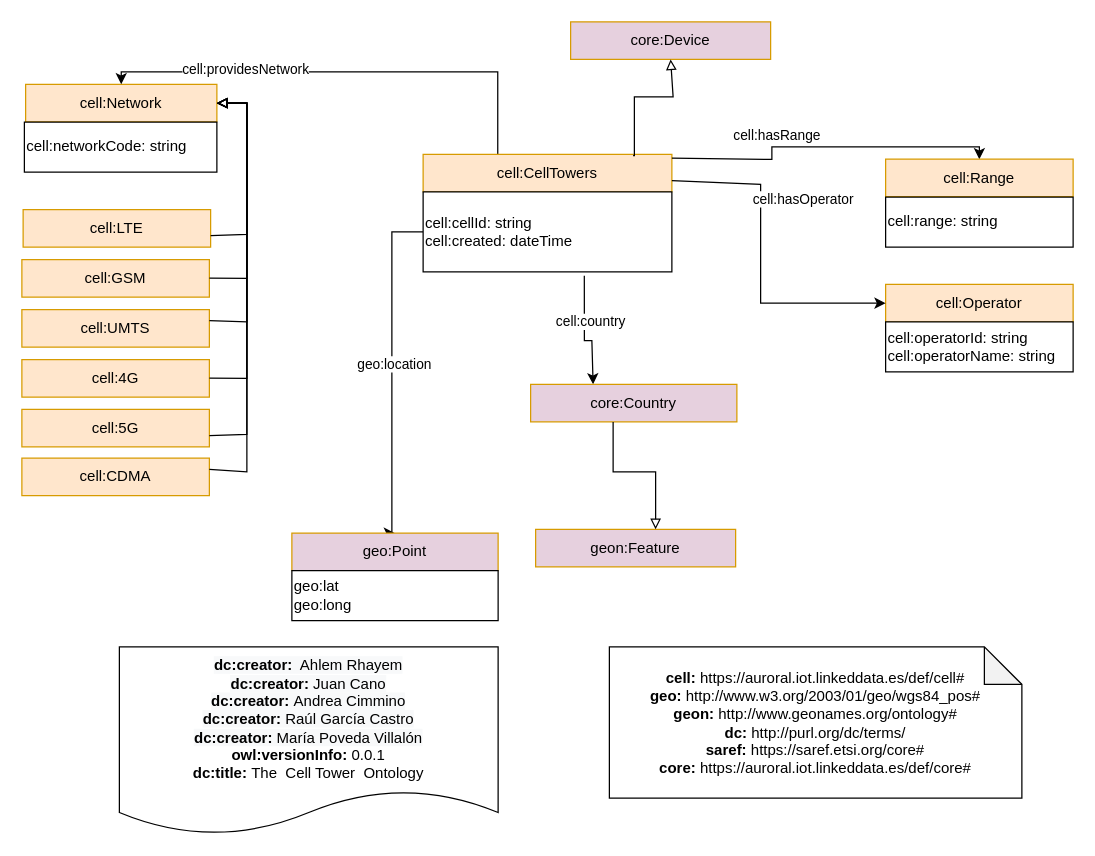
Before: Diagram/cell-Towers.drawio in oeg-upm/auroral-cellTower, a draw.io diagram. Source tidied: cells renumbered, new cells numbered last; positions are measured from the earlier drawing's top-left corner, leaving out a move shared by most shapes. Both pictures are drawn from the tidied source at 125%, with x=0, y=0 at pixel (21, 21).
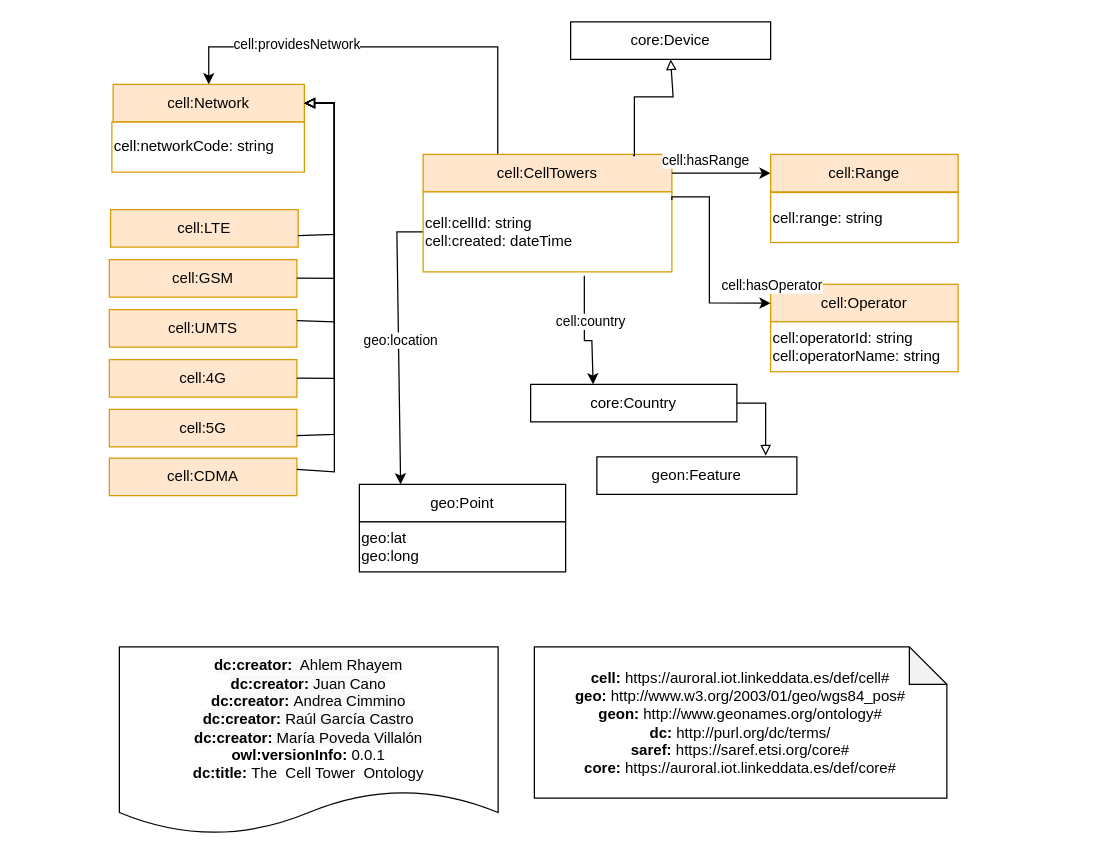
The same diagram, later.

The change refers to these unchanged cells:
```xml
<mxCell id="6" value="cell:CellTowers" style="rounded=0;whiteSpace=wrap;html=1;snapToPoint=1;points=[[0.1,0],[0.2,0],[0.3,0],[0.4,0],[0.5,0],[0.6,0],[0.7,0],[0.8,0],[0.9,0],[0,0.1],[0,0.3],[0,0.5],[0,0.7],[0,0.9],[0.1,1],[0.2,1],[0.3,1],[0.4,1],[0.5,1],[0.6,1],[0.7,1],[0.8,1],[0.9,1],[1,0.1],[1,0.3],[1,0.5],[1,0.7],[1,0.9]];fillColor=#ffe6cc;strokeColor=#d79b00;shadow=0;" parent="1" vertex="1">
  <mxGeometry x="321" y="106" width="199" height="30" as="geometry" />
</mxCell>
```

Change to the diagram source:
```diff
@@
-    <mxCell id="2" value="cell:Network" style="rounded=0;whiteSpace=wrap;html=1;snapToPoint=1;points=[[0.1,0],[0.2,0],[0.3,0],[0.4,0],[0.5,0],[0.6,0],[0.7,0],[0.8,0],[0.9,0],[0,0.1],[0,0.3],[0,0.5],[0,0.7],[0,0.9],[0.1,1],[0.2,1],[0.3,1],[0.4,1],[0.5,1],[0.6,1],[0.7,1],[0.8,1],[0.9,1],[1,0.1],[1,0.3],[1,0.5],[1,0.7],[1,0.9]];fillColor=#ffe6cc;strokeColor=#d79b00;shadow=0;" parent="1" vertex="1">
-      <mxGeometry x="3" y="50" width="153" height="30" as="geometry" />
+    <mxCell id="2" value="cell:Network" style="rounded=0;whiteSpace=wrap;html=1;snapToPoint=1;points=[[0.1,0],[0.2,0],[0.3,0],[0.4,0],[0.5,0],[0.6,0],[0.7,0],[0.8,0],[0.9,0],[0,0.1],[0,0.3],[0,0.5],[0,0.7],[0,0.9],[0.1,1],[0.2,1],[0.3,1],[0.4,1],[0.5,1],[0.6,1],[0.7,1],[0.8,1],[0.9,1],[1,0.1],[1,0.3],[1,0.5],[1,0.7],[1,0.9]];fillColor=#ffe6cc;strokeColor=#D79B00;shadow=0;" parent="1" vertex="1">
+      <mxGeometry x="73" y="50" width="153" height="30" as="geometry" />
     </mxCell>
-    <mxCell id="3" value="geon:Feature" style="rounded=0;whiteSpace=wrap;html=1;snapToPoint=1;points=[[0.1,0],[0.2,0],[0.3,0],[0.4,0],[0.5,0],[0.6,0],[0.7,0],[0.8,0],[0.9,0],[0,0.1],[0,0.3],[0,0.5],[0,0.7],[0,0.9],[0.1,1],[0.2,1],[0.3,1],[0.4,1],[0.5,1],[0.6,1],[0.7,1],[0.8,1],[0.9,1],[1,0.1],[1,0.3],[1,0.5],[1,0.7],[1,0.9]];fillColor=#E6D0DE;strokeColor=#d79b00;shadow=0;" parent="1" vertex="1">
-      <mxGeometry x="411" y="406" width="160" height="30" as="geometry" />
+    <mxCell id="3" value="geon:Feature" style="rounded=0;whiteSpace=wrap;html=1;snapToPoint=1;points=[[0.1,0],[0.2,0],[0.3,0],[0.4,0],[0.5,0],[0.6,0],[0.7,0],[0.8,0],[0.9,0],[0,0.1],[0,0.3],[0,0.5],[0,0.7],[0,0.9],[0.1,1],[0.2,1],[0.3,1],[0.4,1],[0.5,1],[0.6,1],[0.7,1],[0.8,1],[0.9,1],[1,0.1],[1,0.3],[1,0.5],[1,0.7],[1,0.9]];fillColor=#FFFFFF;strokeColor=#000000;shadow=0;" parent="1" vertex="1">
+      <mxGeometry x="460" y="348" width="160" height="30" as="geometry" />
     </mxCell>
     <mxCell id="4" style="edgeStyle=orthogonalEdgeStyle;rounded=0;jettySize=auto;html=1;entryX=0.5;entryY=0;entryDx=0;entryDy=0;exitX=0.3;exitY=0;exitDx=0;exitDy=0;" parent="1" edge="1" source="6" target="2">
       <mxGeometry relative="1" as="geometry">
         <Array as="points">
-          <mxPoint x="381" y="40" />
-          <mxPoint x="80" y="40" />
+          <mxPoint x="381" y="20" />
+          <mxPoint x="150" y="20" />
         </Array>
       </mxGeometry>
     </mxCell>
@@
-    <mxCell id="9" style="edgeStyle=orthogonalEdgeStyle;rounded=0;jettySize=auto;html=1;exitX=0;exitY=0.5;exitDx=0;exitDy=0;entryX=0.5;entryY=0;entryDx=0;entryDy=0;" parent="1" edge="1" source="13" target="15">
+    <mxCell id="9" style="edgeStyle=orthogonalEdgeStyle;rounded=0;jettySize=auto;html=1;exitX=0;exitY=0.5;exitDx=0;exitDy=0;" parent="1" edge="1" source="13" target="15">
       <mxGeometry relative="1" as="geometry">
         <Array as="points">
-          <mxPoint x="296" y="168" />
-          <mxPoint x="296" y="409" />
+          <mxPoint x="300" y="168" />
         </Array>
       </mxGeometry>
     </mxCell>
@@
     <mxCell id="11" style="edgeStyle=orthogonalEdgeStyle;rounded=0;jettySize=auto;html=1;" parent="1" edge="1" source="6" target="20">
       <mxGeometry relative="1" as="geometry">
         <Array as="points">
           <mxPoint x="600" y="110" />
-          <mxPoint x="600" y="100" />
-          <mxPoint x="766" y="100" />
+          <mxPoint x="600" y="121" />
         </Array>
       </mxGeometry>
     </mxCell>
@@
-    <mxCell id="13" value="&lt;span&gt;&lt;br&gt;cell:cellId: string&lt;br&gt;cell:created: dateTime&lt;br&gt;&lt;br&gt;&lt;/span&gt;" style="rounded=0;whiteSpace=wrap;html=1;snapToPoint=1;points=[[0.1,0],[0.2,0],[0.3,0],[0.4,0],[0.5,0],[0.6,0],[0.7,0],[0.8,0],[0.9,0],[0,0.1],[0,0.3],[0,0.5],[0,0.7],[0,0.9],[0.1,1],[0.2,1],[0.3,1],[0.4,1],[0.5,1],[0.6,1],[0.7,1],[0.8,1],[0.9,1],[1,0.1],[1,0.3],[1,0.5],[1,0.7],[1,0.9]];align=left;" parent="1" vertex="1">
+    <mxCell id="13" value="&lt;span&gt;&lt;br&gt;cell:cellId: string&lt;br&gt;cell:created: dateTime&lt;br&gt;&lt;br&gt;&lt;/span&gt;" style="rounded=0;whiteSpace=wrap;html=1;snapToPoint=1;points=[[0.1,0],[0.2,0],[0.3,0],[0.4,0],[0.5,0],[0.6,0],[0.7,0],[0.8,0],[0.9,0],[0,0.1],[0,0.3],[0,0.5],[0,0.7],[0,0.9],[0.1,1],[0.2,1],[0.3,1],[0.4,1],[0.5,1],[0.6,1],[0.7,1],[0.8,1],[0.9,1],[1,0.1],[1,0.3],[1,0.5],[1,0.7],[1,0.9]];align=left;strokeColor=#D79B00;" parent="1" vertex="1">
       <mxGeometry x="321" y="136" width="199" height="64" as="geometry" />
     </mxCell>
-    <mxCell id="14" value="core:Device" style="rounded=0;whiteSpace=wrap;html=1;snapToPoint=1;points=[[0.1,0],[0.2,0],[0.3,0],[0.4,0],[0.5,0],[0.6,0],[0.7,0],[0.8,0],[0.9,0],[0,0.1],[0,0.3],[0,0.5],[0,0.7],[0,0.9],[0.1,1],[0.2,1],[0.3,1],[0.4,1],[0.5,1],[0.6,1],[0.7,1],[0.8,1],[0.9,1],[1,0.1],[1,0.3],[1,0.5],[1,0.7],[1,0.9]];fillColor=#E6D0DE;strokeColor=#d79b00;shadow=0;" parent="1" vertex="1">
+    <mxCell id="14" value="core:Device" style="rounded=0;whiteSpace=wrap;html=1;snapToPoint=1;points=[[0.1,0],[0.2,0],[0.3,0],[0.4,0],[0.5,0],[0.6,0],[0.7,0],[0.8,0],[0.9,0],[0,0.1],[0,0.3],[0,0.5],[0,0.7],[0,0.9],[0.1,1],[0.2,1],[0.3,1],[0.4,1],[0.5,1],[0.6,1],[0.7,1],[0.8,1],[0.9,1],[1,0.1],[1,0.3],[1,0.5],[1,0.7],[1,0.9]];fillColor=#FFFFFF;strokeColor=#000000;shadow=0;" parent="1" vertex="1">
       <mxGeometry x="439" width="160" height="30" as="geometry" />
     </mxCell>
-    <mxCell id="15" value="geo:Point" style="rounded=0;whiteSpace=wrap;html=1;snapToPoint=1;points=[[0.1,0],[0.2,0],[0.3,0],[0.4,0],[0.5,0],[0.6,0],[0.7,0],[0.8,0],[0.9,0],[0,0.1],[0,0.3],[0,0.5],[0,0.7],[0,0.9],[0.1,1],[0.2,1],[0.3,1],[0.4,1],[0.5,1],[0.6,1],[0.7,1],[0.8,1],[0.9,1],[1,0.1],[1,0.3],[1,0.5],[1,0.7],[1,0.9]];fillColor=#E6D0DE;strokeColor=#d79b00;shadow=0;" parent="1" vertex="1">
-      <mxGeometry x="216" y="409" width="165" height="30" as="geometry" />
+    <mxCell id="15" value="geo:Point" style="rounded=0;whiteSpace=wrap;html=1;snapToPoint=1;points=[[0.1,0],[0.2,0],[0.3,0],[0.4,0],[0.5,0],[0.6,0],[0.7,0],[0.8,0],[0.9,0],[0,0.1],[0,0.3],[0,0.5],[0,0.7],[0,0.9],[0.1,1],[0.2,1],[0.3,1],[0.4,1],[0.5,1],[0.6,1],[0.7,1],[0.8,1],[0.9,1],[1,0.1],[1,0.3],[1,0.5],[1,0.7],[1,0.9]];fillColor=#FFFFFF;strokeColor=#000000;shadow=0;" parent="1" vertex="1">
+      <mxGeometry x="270" y="370" width="165" height="30" as="geometry" />
     </mxCell>
-    <mxCell id="16" value="core:Country" style="rounded=0;whiteSpace=wrap;html=1;snapToPoint=1;points=[[0.1,0],[0.2,0],[0.3,0],[0.4,0],[0.5,0],[0.6,0],[0.7,0],[0.8,0],[0.9,0],[0,0.1],[0,0.3],[0,0.5],[0,0.7],[0,0.9],[0.1,1],[0.2,1],[0.3,1],[0.4,1],[0.5,1],[0.6,1],[0.7,1],[0.8,1],[0.9,1],[1,0.1],[1,0.3],[1,0.5],[1,0.7],[1,0.9]];fillColor=#E6D0DE;strokeColor=#d79b00;shadow=0;" parent="1" vertex="1">
+    <mxCell id="16" value="core:Country" style="rounded=0;whiteSpace=wrap;html=1;snapToPoint=1;points=[[0.1,0],[0.2,0],[0.3,0],[0.4,0],[0.5,0],[0.6,0],[0.7,0],[0.8,0],[0.9,0],[0,0.1],[0,0.3],[0,0.5],[0,0.7],[0,0.9],[0.1,1],[0.2,1],[0.3,1],[0.4,1],[0.5,1],[0.6,1],[0.7,1],[0.8,1],[0.9,1],[1,0.1],[1,0.3],[1,0.5],[1,0.7],[1,0.9]];fillColor=#FFFFFF;strokeColor=#000000;shadow=0;" parent="1" vertex="1">
       <mxGeometry x="407" y="290" width="165" height="30" as="geometry" />
     </mxCell>
@@
-    <mxCell id="18" value="&lt;span&gt;cell:networkCode: string&lt;br&gt;&lt;/span&gt;" style="rounded=0;whiteSpace=wrap;html=1;align=left;" parent="1" vertex="1">
-      <mxGeometry x="2" y="80.2" width="154" height="40" as="geometry" />
+    <mxCell id="18" value="&lt;span&gt;cell:networkCode: string&lt;br&gt;&lt;/span&gt;" style="rounded=0;whiteSpace=wrap;html=1;align=left;strokeColor=#D79B00;" parent="1" vertex="1">
+      <mxGeometry x="72" y="80.2" width="154" height="40" as="geometry" />
     </mxCell>
-    <mxCell id="19" style="edgeStyle=orthogonalEdgeStyle;rounded=0;jettySize=auto;html=1;fontSize=11;endArrow=block;endFill=0;entryX=0.6;entryY=0;entryDx=0;entryDy=0;" parent="1" edge="1" source="16" target="3">
+    <mxCell id="19" style="edgeStyle=orthogonalEdgeStyle;rounded=0;jettySize=auto;html=1;fontSize=11;endArrow=block;endFill=0;exitX=1;exitY=0.5;exitDx=0;exitDy=0;entryX=0.844;entryY=-0.033;entryDx=0;entryDy=0;entryPerimeter=0;" parent="1" edge="1" source="16" target="3">
       <mxGeometry relative="1" as="geometry">
         <Array as="points">
-          <mxPoint x="473" y="360" />
-          <mxPoint x="507" y="360" />
+          <mxPoint x="595" y="305" />
         </Array>
       </mxGeometry>
     </mxCell>
     <mxCell id="20" value="cell:Range" style="rounded=0;whiteSpace=wrap;html=1;snapToPoint=1;points=[[0.1,0],[0.2,0],[0.3,0],[0.4,0],[0.5,0],[0.6,0],[0.7,0],[0.8,0],[0.9,0],[0,0.1],[0,0.3],[0,0.5],[0,0.7],[0,0.9],[0.1,1],[0.2,1],[0.3,1],[0.4,1],[0.5,1],[0.6,1],[0.7,1],[0.8,1],[0.9,1],[1,0.1],[1,0.3],[1,0.5],[1,0.7],[1,0.9]];fillColor=#ffe6cc;strokeColor=#d79b00;shadow=0;" parent="1" vertex="1">
-      <mxGeometry x="691" y="109.8" width="150" height="30" as="geometry" />
+      <mxGeometry x="599" y="106" width="150" height="30" as="geometry" />
     </mxCell>
-    <mxCell id="21" value="&lt;span&gt;cell:range: string&lt;br&gt;&lt;/span&gt;" style="rounded=0;whiteSpace=wrap;html=1;align=left;" parent="1" vertex="1">
-      <mxGeometry x="691" y="140.2" width="150" height="40" as="geometry" />
+    <mxCell id="21" value="&lt;span&gt;cell:range: string&lt;br&gt;&lt;/span&gt;" style="rounded=0;whiteSpace=wrap;html=1;align=left;strokeColor=#D79B00;" parent="1" vertex="1">
+      <mxGeometry x="599" y="136.5" width="150" height="40" as="geometry" />
     </mxCell>
     <mxCell id="22" value="&lt;span&gt;geo:lat&lt;br&gt;geo:long&lt;br&gt;&lt;/span&gt;" style="rounded=0;whiteSpace=wrap;html=1;align=left;" parent="1" vertex="1">
-      <mxGeometry x="216" y="439" width="165" height="40" as="geometry" />
+      <mxGeometry x="270" y="400" width="165" height="40" as="geometry" />
     </mxCell>
     <mxCell id="23" value="cell:Operator" style="rounded=0;whiteSpace=wrap;html=1;snapToPoint=1;points=[[0.1,0],[0.2,0],[0.3,0],[0.4,0],[0.5,0],[0.6,0],[0.7,0],[0.8,0],[0.9,0],[0,0.1],[0,0.3],[0,0.5],[0,0.7],[0,0.9],[0.1,1],[0.2,1],[0.3,1],[0.4,1],[0.5,1],[0.6,1],[0.7,1],[0.8,1],[0.9,1],[1,0.1],[1,0.3],[1,0.5],[1,0.7],[1,0.9]];fillColor=#ffe6cc;strokeColor=#d79b00;shadow=0;" parent="1" vertex="1">
-      <mxGeometry x="691" y="210" width="150" height="30" as="geometry" />
+      <mxGeometry x="599" y="209.9" width="150" height="30" as="geometry" />
     </mxCell>
-    <mxCell id="24" style="edgeStyle=orthogonalEdgeStyle;rounded=0;jettySize=auto;html=1;" parent="1" edge="1" source="6" target="23">
+    <mxCell id="24" style="edgeStyle=orthogonalEdgeStyle;rounded=0;jettySize=auto;html=1;exitX=1;exitY=0.1;exitDx=0;exitDy=0;" parent="1" edge="1" source="13" target="23">
       <mxGeometry relative="1" as="geometry">
         <Array as="points">
-          <mxPoint x="591" y="130" />
-          <mxPoint x="591" y="225" />
+          <mxPoint x="520" y="140" />
+          <mxPoint x="550" y="140" />
         </Array>
       </mxGeometry>
     </mxCell>
     <mxCell id="25" value="cell:hasOperator" style="edgeLabel;html=1;align=center;verticalAlign=middle;" parent="24" vertex="1">
       <mxGeometry x="-0.35" y="-3" relative="1" as="geometry">
-        <mxPoint x="36" y="-3" as="offset" />
+        <mxPoint x="52" y="49" as="offset" />
       </mxGeometry>
     </mxCell>
-    <mxCell id="26" value="&lt;span&gt;cell:operatorId: string&lt;br&gt;cell:operatorName: string&lt;br&gt;&lt;/span&gt;" style="rounded=0;whiteSpace=wrap;html=1;align=left;" parent="1" vertex="1">
-      <mxGeometry x="691" y="240" width="150" height="40" as="geometry" />
+    <mxCell id="26" value="&lt;span&gt;cell:operatorId: string&lt;br&gt;cell:operatorName: string&lt;br&gt;&lt;/span&gt;" style="rounded=0;whiteSpace=wrap;html=1;align=left;strokeColor=#D79B00;" parent="1" vertex="1">
+      <mxGeometry x="599" y="239.9" width="150" height="40" as="geometry" />
     </mxCell>
     <mxCell id="27" value="cell:LTE" style="rounded=0;whiteSpace=wrap;html=1;snapToPoint=1;points=[[0.1,0],[0.2,0],[0.3,0],[0.4,0],[0.5,0],[0.6,0],[0.7,0],[0.8,0],[0.9,0],[0,0.1],[0,0.3],[0,0.5],[0,0.7],[0,0.9],[0.1,1],[0.2,1],[0.3,1],[0.4,1],[0.5,1],[0.6,1],[0.7,1],[0.8,1],[0.9,1],[1,0.1],[1,0.3],[1,0.5],[1,0.7],[1,0.9]];fillColor=#ffe6cc;strokeColor=#d79b00;shadow=0;" parent="1" vertex="1">
-      <mxGeometry x="1" y="150.2" width="150" height="30" as="geometry" />
+      <mxGeometry x="71" y="150.2" width="150" height="30" as="geometry" />
     </mxCell>
     <mxCell id="28" value="cell:GSM" style="rounded=0;whiteSpace=wrap;html=1;snapToPoint=1;points=[[0.1,0],[0.2,0],[0.3,0],[0.4,0],[0.5,0],[0.6,0],[0.7,0],[0.8,0],[0.9,0],[0,0.1],[0,0.3],[0,0.5],[0,0.7],[0,0.9],[0.1,1],[0.2,1],[0.3,1],[0.4,1],[0.5,1],[0.6,1],[0.7,1],[0.8,1],[0.9,1],[1,0.1],[1,0.3],[1,0.5],[1,0.7],[1,0.9]];fillColor=#ffe6cc;strokeColor=#d79b00;shadow=0;" parent="1" vertex="1">
-      <mxGeometry y="190.2" width="150" height="30" as="geometry" />
+      <mxGeometry x="70" y="190.2" width="150" height="30" as="geometry" />
     </mxCell>
     <mxCell id="29" value="cell:UMTS" style="rounded=0;whiteSpace=wrap;html=1;snapToPoint=1;points=[[0.1,0],[0.2,0],[0.3,0],[0.4,0],[0.5,0],[0.6,0],[0.7,0],[0.8,0],[0.9,0],[0,0.1],[0,0.3],[0,0.5],[0,0.7],[0,0.9],[0.1,1],[0.2,1],[0.3,1],[0.4,1],[0.5,1],[0.6,1],[0.7,1],[0.8,1],[0.9,1],[1,0.1],[1,0.3],[1,0.5],[1,0.7],[1,0.9]];fillColor=#ffe6cc;strokeColor=#d79b00;shadow=0;" parent="1" vertex="1">
-      <mxGeometry y="230.2" width="150" height="30" as="geometry" />
+      <mxGeometry x="70" y="230.2" width="150" height="30" as="geometry" />
     </mxCell>
     <mxCell id="30" value="cell:4G" style="rounded=0;whiteSpace=wrap;html=1;snapToPoint=1;points=[[0.1,0],[0.2,0],[0.3,0],[0.4,0],[0.5,0],[0.6,0],[0.7,0],[0.8,0],[0.9,0],[0,0.1],[0,0.3],[0,0.5],[0,0.7],[0,0.9],[0.1,1],[0.2,1],[0.3,1],[0.4,1],[0.5,1],[0.6,1],[0.7,1],[0.8,1],[0.9,1],[1,0.1],[1,0.3],[1,0.5],[1,0.7],[1,0.9]];fillColor=#ffe6cc;strokeColor=#d79b00;shadow=0;" parent="1" vertex="1">
-      <mxGeometry y="270.2" width="150" height="30" as="geometry" />
+      <mxGeometry x="70" y="270.2" width="150" height="30" as="geometry" />
     </mxCell>
     <mxCell id="31" value="cell:5G" style="rounded=0;whiteSpace=wrap;html=1;snapToPoint=1;points=[[0.1,0],[0.2,0],[0.3,0],[0.4,0],[0.5,0],[0.6,0],[0.7,0],[0.8,0],[0.9,0],[0,0.1],[0,0.3],[0,0.5],[0,0.7],[0,0.9],[0.1,1],[0.2,1],[0.3,1],[0.4,1],[0.5,1],[0.6,1],[0.7,1],[0.8,1],[0.9,1],[1,0.1],[1,0.3],[1,0.5],[1,0.7],[1,0.9]];fillColor=#ffe6cc;strokeColor=#d79b00;shadow=0;" parent="1" vertex="1">
-      <mxGeometry y="310" width="150" height="30" as="geometry" />
+      <mxGeometry x="70" y="310" width="150" height="30" as="geometry" />
     </mxCell>
     <mxCell id="32" value="cell:CDMA" style="rounded=0;whiteSpace=wrap;html=1;snapToPoint=1;points=[[0.1,0],[0.2,0],[0.3,0],[0.4,0],[0.5,0],[0.6,0],[0.7,0],[0.8,0],[0.9,0],[0,0.1],[0,0.3],[0,0.5],[0,0.7],[0,0.9],[0.1,1],[0.2,1],[0.3,1],[0.4,1],[0.5,1],[0.6,1],[0.7,1],[0.8,1],[0.9,1],[1,0.1],[1,0.3],[1,0.5],[1,0.7],[1,0.9]];fillColor=#ffe6cc;strokeColor=#d79b00;shadow=0;" parent="1" vertex="1">
-      <mxGeometry y="349" width="150" height="30" as="geometry" />
+      <mxGeometry x="70" y="349" width="150" height="30" as="geometry" />
     </mxCell>
     <mxCell id="33" style="edgeStyle=orthogonalEdgeStyle;rounded=0;jettySize=auto;html=1;fontSize=11;endArrow=block;endFill=0;" parent="1" edge="1" source="27" target="2">
       <mxGeometry relative="1" as="geometry">
         <Array as="points">
-          <mxPoint x="180" y="170" />
-          <mxPoint x="180" y="65" />
+          <mxPoint x="250" y="170" />
+          <mxPoint x="250" y="65" />
         </Array>
       </mxGeometry>
     </mxCell>
     <mxCell id="34" style="edgeStyle=orthogonalEdgeStyle;rounded=0;jettySize=auto;html=1;fontSize=11;endArrow=block;endFill=0;" parent="1" edge="1" source="28" target="2">
       <mxGeometry relative="1" as="geometry">
         <Array as="points">
-          <mxPoint x="180" y="205" />
-          <mxPoint x="180" y="65" />
+          <mxPoint x="250" y="205" />
+          <mxPoint x="250" y="65" />
         </Array>
       </mxGeometry>
     </mxCell>
     <mxCell id="35" style="edgeStyle=orthogonalEdgeStyle;rounded=0;jettySize=auto;html=1;fontSize=11;endArrow=block;endFill=0;" parent="1" edge="1" source="29" target="2">
       <mxGeometry relative="1" as="geometry">
         <Array as="points">
-          <mxPoint x="180" y="240" />
-          <mxPoint x="180" y="65" />
+          <mxPoint x="250" y="240" />
+          <mxPoint x="250" y="65" />
         </Array>
       </mxGeometry>
     </mxCell>
     <mxCell id="36" style="edgeStyle=orthogonalEdgeStyle;rounded=0;jettySize=auto;html=1;fontSize=11;endArrow=block;endFill=0;" parent="1" edge="1" source="30" target="2">
       <mxGeometry relative="1" as="geometry">
         <Array as="points">
-          <mxPoint x="180" y="285" />
-          <mxPoint x="180" y="65" />
+          <mxPoint x="250" y="285" />
+          <mxPoint x="250" y="65" />
         </Array>
       </mxGeometry>
     </mxCell>
     <mxCell id="37" style="edgeStyle=orthogonalEdgeStyle;rounded=0;jettySize=auto;html=1;fontSize=11;endArrow=block;endFill=0;" parent="1" edge="1" source="31" target="2">
       <mxGeometry relative="1" as="geometry">
         <Array as="points">
-          <mxPoint x="180" y="330" />
-          <mxPoint x="180" y="65" />
+          <mxPoint x="250" y="330" />
+          <mxPoint x="250" y="65" />
         </Array>
       </mxGeometry>
     </mxCell>
     <mxCell id="38" style="edgeStyle=orthogonalEdgeStyle;rounded=0;jettySize=auto;html=1;fontSize=11;endArrow=block;endFill=0;" parent="1" edge="1" source="32" target="2">
       <mxGeometry relative="1" as="geometry">
         <Array as="points">
-          <mxPoint x="180" y="360" />
-          <mxPoint x="180" y="65" />
+          <mxPoint x="250" y="360" />
+          <mxPoint x="250" y="65" />
         </Array>
       </mxGeometry>
     </mxCell>
     <mxCell id="39" value="&lt;div&gt;&lt;/div&gt;&lt;b&gt;cell:&lt;/b&gt; https://auroral.iot.linkeddata.es/def/cell#&lt;br&gt;&lt;b&gt;geo:&lt;/b&gt;&amp;nbsp;http://www.w3.org/2003/01/geo/wgs84_pos#&lt;br style=&quot;padding: 0px ; margin: 0px&quot;&gt;&lt;b&gt;geon:&lt;/b&gt; http://www.geonames.org/ontology#&lt;br&gt;&lt;b&gt;dc:&lt;/b&gt; http://purl.org/dc/terms/&lt;br&gt;&lt;b&gt;saref:&lt;/b&gt;&amp;nbsp;https://saref.etsi.org/core#&lt;br&gt;&lt;b&gt;core:&lt;/b&gt; https://auroral.iot.linkeddata.es/def/core#&lt;br&gt;" style="shape=note;whiteSpace=wrap;html=1;backgroundOutline=1;darkOpacity=0.05;" parent="1" vertex="1">
-      <mxGeometry x="470" y="500" width="330" height="121" as="geometry" />
+      <mxGeometry x="410" y="500" width="330" height="121" as="geometry" />
     </mxCell>
```
